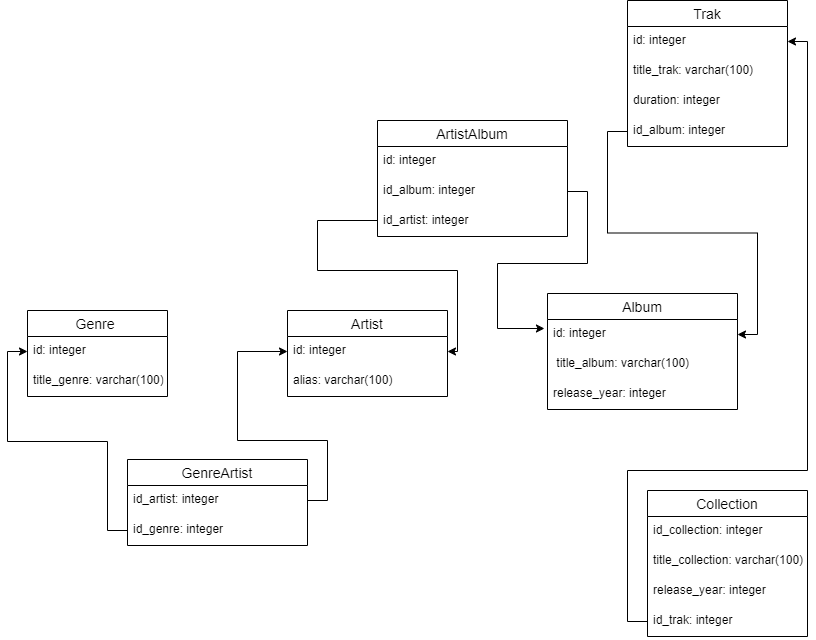
This is scheme.png from zvezdova/bd_hw_3, a draw.io export, as it was before one commit. Source tidied: cells renumbered, new cells last; positions are measured from the earlier drawing's top-left corner, leaving out a move shared by most shapes.
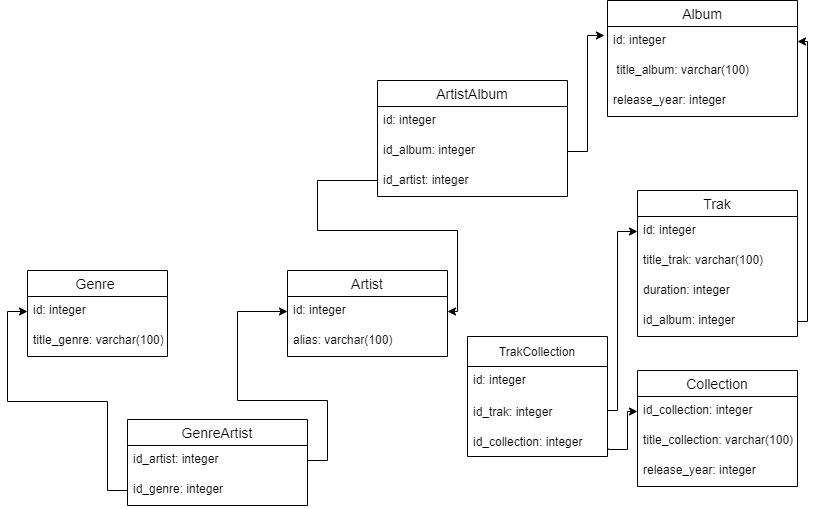
The same file after the commit.

The edit, as a diff of the source:
```diff
@@ -12,7 +12,7 @@
       <mxGeometry y="56" width="160" height="30" as="geometry" />
     </mxCell>
     <mxCell id="5" value="Album" style="swimlane;fontStyle=0;horizontal=1;startSize=26;align=center;fontSize=14;" parent="1" vertex="1">
-      <mxGeometry x="540" y="293" width="190" height="116" as="geometry" />
+      <mxGeometry x="600" y="40" width="190" height="116" as="geometry" />
     </mxCell>
     <mxCell id="6" value="id: integer" style="text;strokeColor=none;fillColor=none;spacingLeft=4;spacingRight=4;overflow=hidden;points=[[0,0.5],[1,0.5]];portConstraint=eastwest;fontSize=12;" parent="5" vertex="1">
       <mxGeometry y="26" width="190" height="30" as="geometry" />
@@ -24,7 +24,7 @@
       <mxGeometry y="86" width="190" height="30" as="geometry" />
     </mxCell>
     <mxCell id="9" value="Trak" style="swimlane;fontStyle=0;horizontal=1;startSize=26;align=center;fontSize=14;" parent="1" vertex="1">
-      <mxGeometry x="620" width="160" height="146" as="geometry" />
+      <mxGeometry x="630" y="230" width="160" height="146" as="geometry" />
     </mxCell>
     <mxCell id="10" value="id: integer" style="text;strokeColor=none;fillColor=none;spacingLeft=4;spacingRight=4;overflow=hidden;points=[[0,0.5],[1,0.5]];portConstraint=eastwest;fontSize=12;fontStyle=0;" parent="9" vertex="1">
       <mxGeometry y="26" width="160" height="30" as="geometry" />
@@ -69,7 +69,7 @@
       <mxGeometry y="86" width="190" height="30" as="geometry" />
     </mxCell>
     <mxCell id="24" value="Collection" style="swimlane;fontStyle=0;horizontal=1;startSize=26;align=center;fontSize=14;" parent="1" vertex="1">
-      <mxGeometry x="640" y="490" width="160" height="146" as="geometry" />
+      <mxGeometry x="630" y="410" width="160" height="116" as="geometry" />
     </mxCell>
     <mxCell id="25" value="id_collection: integer" style="text;strokeColor=none;fillColor=none;spacingLeft=4;spacingRight=4;overflow=hidden;points=[[0,0.5],[1,0.5]];portConstraint=eastwest;fontSize=12;" parent="24" vertex="1">
       <mxGeometry y="26" width="160" height="30" as="geometry" />
@@ -80,19 +80,22 @@
     <mxCell id="27" value="release_year: integer" style="text;strokeColor=none;fillColor=none;spacingLeft=4;spacingRight=4;overflow=hidden;fontSize=12;" parent="24" vertex="1">
       <mxGeometry y="86" width="160" height="30" as="geometry" />
     </mxCell>
-    <mxCell id="28" value="id_trak: integer" style="text;strokeColor=none;fillColor=none;spacingLeft=4;spacingRight=4;overflow=hidden;points=[[0,0.5],[1,0.5]];portConstraint=eastwest;fontSize=12;" parent="24" vertex="1">
-      <mxGeometry y="116" width="160" height="30" as="geometry" />
-    </mxCell>
     <mxCell id="29" style="edgeStyle=orthogonalEdgeStyle;rounded=0;jettySize=auto;html=1;entryX=1;entryY=0.5;entryDx=0;entryDy=0;" parent="1" edge="1" source="13" target="6">
-      <mxGeometry relative="1" as="geometry" />
+      <mxGeometry relative="1" as="geometry">
+        <Array as="points">
+          <mxPoint x="800" y="361" />
+          <mxPoint x="800" y="81" />
+        </Array>
+      </mxGeometry>
     </mxCell>
-    <mxCell id="30" style="edgeStyle=orthogonalEdgeStyle;rounded=0;jettySize=auto;html=1;entryX=1;entryY=0.5;entryDx=0;entryDy=0;" parent="1" edge="1" source="28" target="10">
+    <mxCell id="30" style="edgeStyle=orthogonalEdgeStyle;rounded=0;orthogonalLoop=1;jettySize=auto;html=1;" parent="1" edge="1">
       <mxGeometry relative="1" as="geometry">
+        <mxPoint x="600" y="460" as="sourcePoint" />
+        <mxPoint x="630" y="271" as="targetPoint" />
         <Array as="points">
-          <mxPoint x="620" y="621" />
-          <mxPoint x="620" y="470" />
-          <mxPoint x="800" y="470" />
-          <mxPoint x="800" y="41" />
+          <mxPoint x="600" y="450" />
+          <mxPoint x="610" y="450" />
+          <mxPoint x="610" y="271" />
         </Array>
       </mxGeometry>
     </mxCell>
@@ -103,9 +106,7 @@
       <mxGeometry relative="1" as="geometry">
         <Array as="points">
           <mxPoint x="580" y="191" />
-          <mxPoint x="580" y="263" />
-          <mxPoint x="490" y="263" />
-          <mxPoint x="490" y="328" />
+          <mxPoint x="580" y="75" />
         </Array>
       </mxGeometry>
     </mxCell>
@@ -151,5 +152,26 @@
         </Array>
       </mxGeometry>
     </mxCell>
+    <mxCell id="38" value="TrakCollection" style="swimlane;fontStyle=0;horizontal=1;startSize=30;" parent="1" vertex="1">
+      <mxGeometry x="460" y="376" width="140" height="120" as="geometry" />
+    </mxCell>
+    <mxCell id="39" value="id: integer" style="text;strokeColor=none;fillColor=none;spacingLeft=4;spacingRight=4;overflow=hidden;fontSize=12;fontStyle=0;" parent="38" vertex="1">
+      <mxGeometry y="30" width="140" height="30" as="geometry" />
+    </mxCell>
+    <mxCell id="28" value="id_trak: integer" style="text;strokeColor=none;fillColor=none;align=left;verticalAlign=middle;spacingLeft=4;spacingRight=4;overflow=hidden;points=[[0,0.5],[1,0.5]];portConstraint=eastwest;" parent="38" vertex="1">
+      <mxGeometry y="60" width="140" height="30" as="geometry" />
+    </mxCell>
+    <mxCell id="40" value="id_collection: integer" style="text;strokeColor=none;fillColor=none;align=left;verticalAlign=middle;spacingLeft=4;spacingRight=4;overflow=hidden;points=[[0,0.5],[1,0.5]];portConstraint=eastwest;" parent="38" vertex="1">
+      <mxGeometry y="90" width="140" height="30" as="geometry" />
+    </mxCell>
+    <mxCell id="41" style="edgeStyle=orthogonalEdgeStyle;rounded=0;jettySize=auto;html=1;entryX=0;entryY=0.5;entryDx=0;entryDy=0;exitX=1.007;exitY=0.733;exitDx=0;exitDy=0;exitPerimeter=0;" parent="1" edge="1" source="40" target="25">
+      <mxGeometry relative="1" as="geometry">
+        <Array as="points">
+          <mxPoint x="601" y="489" />
+          <mxPoint x="620" y="489" />
+          <mxPoint x="620" y="451" />
+        </Array>
+      </mxGeometry>
+    </mxCell>
   </root>
 </mxGraphModel>
```
